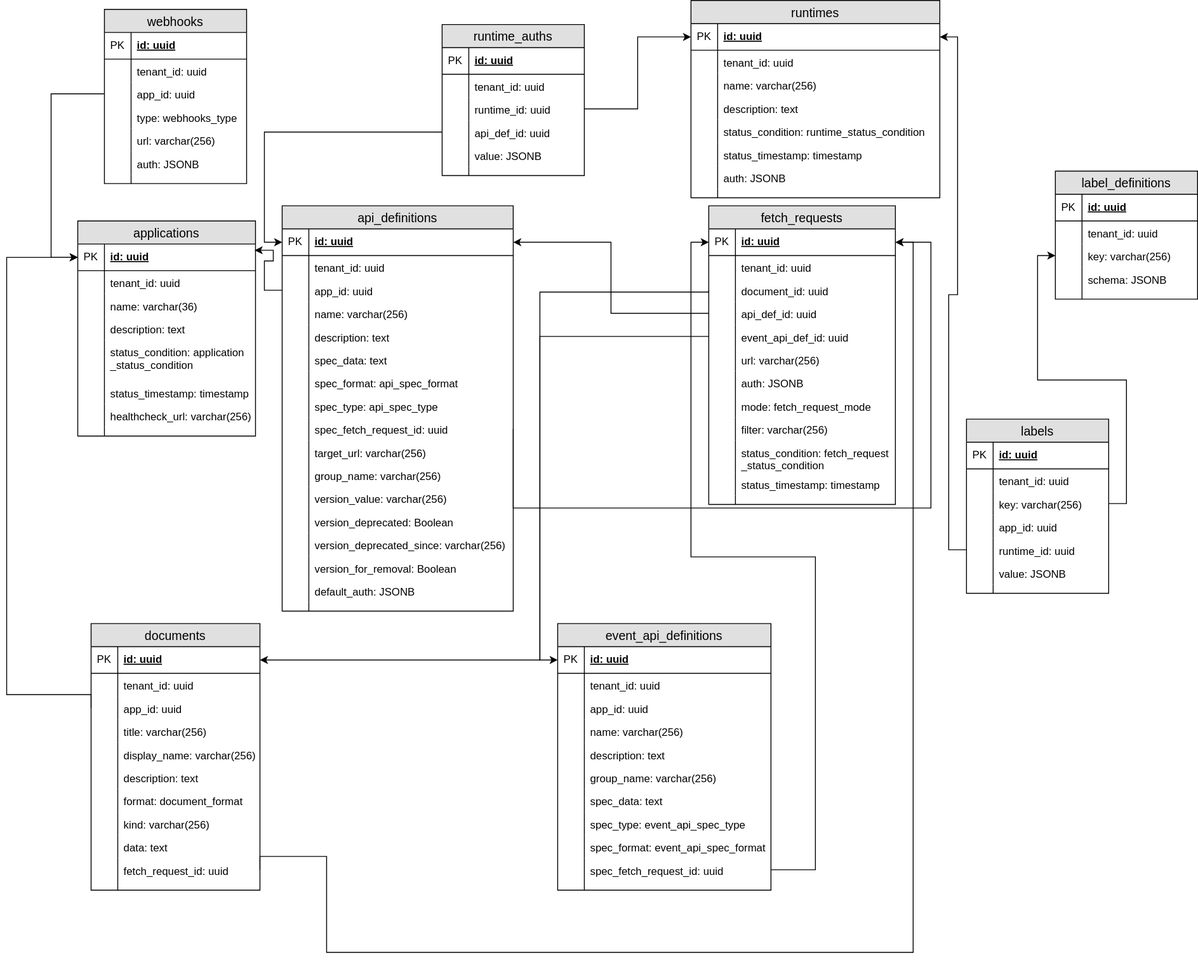
Before: docs/architecture/assets/entity_diagram.svg, a diagram exported from draw.io (kyma-incubator/compass). Source tidied: cells renumbered, new cells last; positions are measured from the earlier drawing's top-left corner, leaving out a move shared by most shapes.
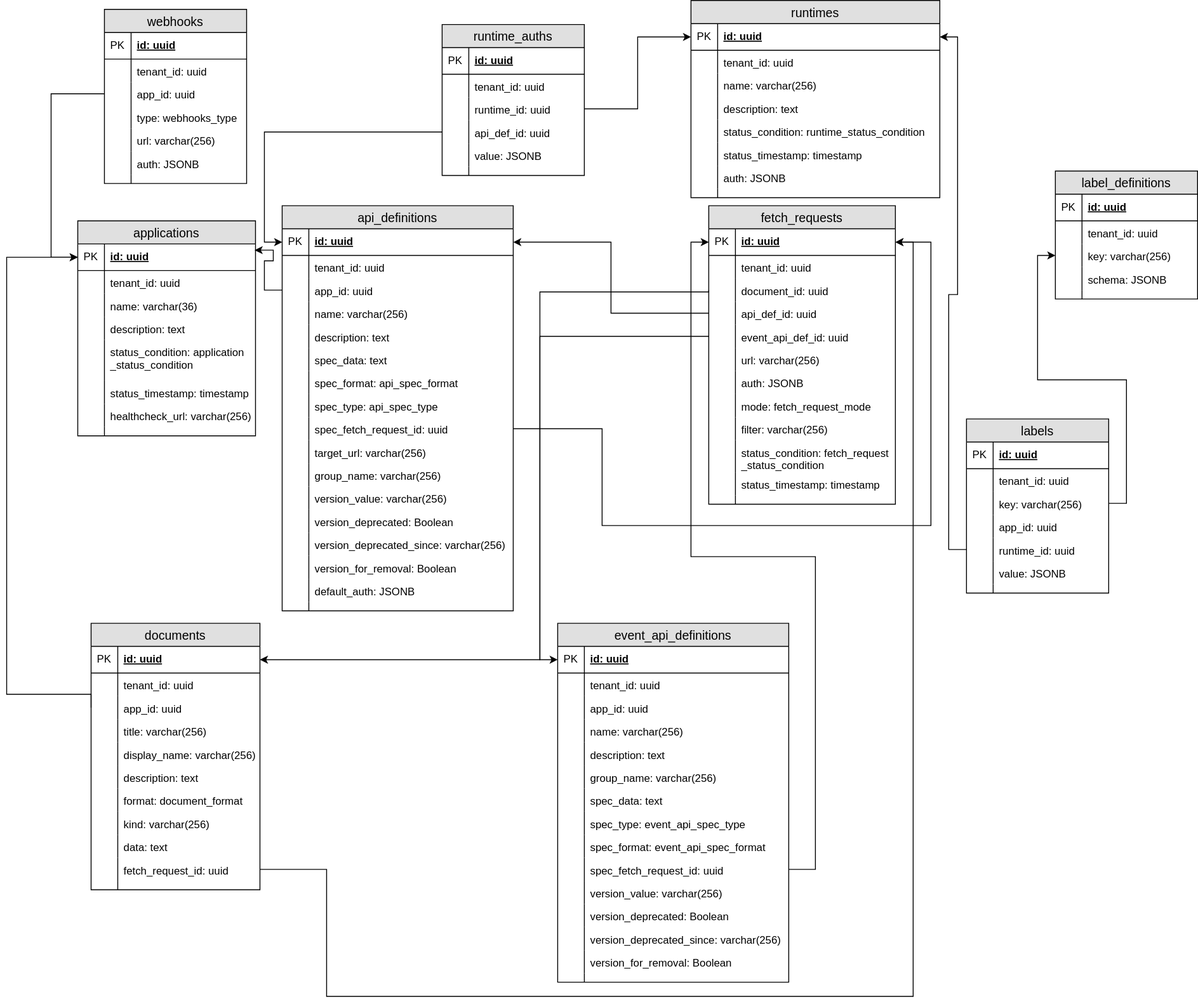
Above is the later version.

Commit message:
Create indexes and update diagram

Diff of the diagram source:
```diff
@@ -318,70 +318,94 @@
       <mxGeometry width="30" height="10" as="geometry" />
     </mxCell>
     <mxCell id="107" value="event_api_definitions" style="swimlane;fontStyle=0;horizontal=1;startSize=26;fillColor=#e0e0e0;swimlaneFillColor=#ffffff;align=center;fontSize=14;" parent="1" vertex="1">
-      <mxGeometry x="620" y="701" width="240" height="300" as="geometry" />
+      <mxGeometry x="620" y="701" width="260" height="404" as="geometry" />
     </mxCell>
     <mxCell id="108" value="id: uuid" style="shape=partialRectangle;top=0;left=0;right=0;bottom=1;align=left;verticalAlign=middle;fillColor=none;spacingLeft=34;spacingRight=4;overflow=hidden;points=[[0,0.5],[1,0.5]];portConstraint=eastwest;fontStyle=5;fontSize=12;" parent="107" vertex="1">
-      <mxGeometry y="26" width="240" height="30" as="geometry" />
+      <mxGeometry y="26" width="260" height="30" as="geometry" />
     </mxCell>
     <mxCell id="109" value="PK" style="shape=partialRectangle;top=0;left=0;bottom=0;fillColor=none;align=left;verticalAlign=middle;spacingLeft=4;spacingRight=4;overflow=hidden;fontSize=12;" parent="108" vertex="1">
       <mxGeometry width="30" height="30" as="geometry" />
     </mxCell>
     <mxCell id="110" value="tenant_id: uuid" style="shape=partialRectangle;top=0;left=0;right=0;bottom=0;align=left;verticalAlign=top;fillColor=none;spacingLeft=34;spacingRight=4;overflow=hidden;fontSize=12;" parent="107" vertex="1">
-      <mxGeometry y="56" width="240" height="26" as="geometry" />
+      <mxGeometry y="56" width="260" height="26" as="geometry" />
     </mxCell>
     <mxCell id="111" style="shape=partialRectangle;top=0;left=0;bottom=0;fillColor=none;align=left;verticalAlign=top;spacingLeft=4;spacingRight=4;overflow=hidden;fontSize=12;" parent="110" vertex="1">
       <mxGeometry width="30" height="26" as="geometry" />
     </mxCell>
     <mxCell id="112" value="app_id: uuid" style="shape=partialRectangle;top=0;left=0;right=0;bottom=0;align=left;verticalAlign=top;fillColor=none;spacingLeft=34;spacingRight=4;overflow=hidden;fontSize=12;" parent="107" vertex="1">
-      <mxGeometry y="82" width="240" height="26" as="geometry" />
+      <mxGeometry y="82" width="260" height="26" as="geometry" />
     </mxCell>
     <mxCell id="113" style="shape=partialRectangle;top=0;left=0;bottom=0;fillColor=none;align=left;verticalAlign=top;spacingLeft=4;spacingRight=4;overflow=hidden;fontSize=12;" parent="112" vertex="1">
       <mxGeometry width="30" height="26" as="geometry" />
     </mxCell>
     <mxCell id="114" value="name: varchar(256)" style="shape=partialRectangle;top=0;left=0;right=0;bottom=0;align=left;verticalAlign=top;fillColor=none;spacingLeft=34;spacingRight=4;overflow=hidden;fontSize=12;" parent="107" vertex="1">
-      <mxGeometry y="108" width="240" height="26" as="geometry" />
+      <mxGeometry y="108" width="260" height="26" as="geometry" />
     </mxCell>
     <mxCell id="115" style="shape=partialRectangle;top=0;left=0;bottom=0;fillColor=none;align=left;verticalAlign=top;spacingLeft=4;spacingRight=4;overflow=hidden;fontSize=12;" parent="114" vertex="1">
       <mxGeometry width="30" height="26" as="geometry" />
     </mxCell>
     <mxCell id="116" value="description: text" style="shape=partialRectangle;top=0;left=0;right=0;bottom=0;align=left;verticalAlign=top;fillColor=none;spacingLeft=34;spacingRight=4;overflow=hidden;fontSize=12;" parent="107" vertex="1">
-      <mxGeometry y="134" width="240" height="26" as="geometry" />
+      <mxGeometry y="134" width="260" height="26" as="geometry" />
     </mxCell>
     <mxCell id="117" style="shape=partialRectangle;top=0;left=0;bottom=0;fillColor=none;align=left;verticalAlign=top;spacingLeft=4;spacingRight=4;overflow=hidden;fontSize=12;" parent="116" vertex="1">
       <mxGeometry width="30" height="26" as="geometry" />
     </mxCell>
     <mxCell id="118" value="group_name: varchar(256)" style="shape=partialRectangle;top=0;left=0;right=0;bottom=0;align=left;verticalAlign=top;fillColor=none;spacingLeft=34;spacingRight=4;overflow=hidden;fontSize=12;" parent="107" vertex="1">
-      <mxGeometry y="160" width="240" height="26" as="geometry" />
+      <mxGeometry y="160" width="260" height="26" as="geometry" />
     </mxCell>
     <mxCell id="119" style="shape=partialRectangle;top=0;left=0;bottom=0;fillColor=none;align=left;verticalAlign=top;spacingLeft=4;spacingRight=4;overflow=hidden;fontSize=12;" parent="118" vertex="1">
       <mxGeometry width="30" height="26" as="geometry" />
     </mxCell>
     <mxCell id="120" value="spec_data: text" style="shape=partialRectangle;top=0;left=0;right=0;bottom=0;align=left;verticalAlign=top;fillColor=none;spacingLeft=34;spacingRight=4;overflow=hidden;fontSize=12;" parent="107" vertex="1">
-      <mxGeometry y="186" width="240" height="26" as="geometry" />
+      <mxGeometry y="186" width="260" height="26" as="geometry" />
     </mxCell>
     <mxCell id="121" style="shape=partialRectangle;top=0;left=0;bottom=0;fillColor=none;align=left;verticalAlign=top;spacingLeft=4;spacingRight=4;overflow=hidden;fontSize=12;" parent="120" vertex="1">
       <mxGeometry width="30" height="26" as="geometry" />
     </mxCell>
     <mxCell id="122" value="spec_type: event_api_spec_type" style="shape=partialRectangle;top=0;left=0;right=0;bottom=0;align=left;verticalAlign=top;fillColor=none;spacingLeft=34;spacingRight=4;overflow=hidden;fontSize=12;" parent="107" vertex="1">
-      <mxGeometry y="212" width="240" height="26" as="geometry" />
+      <mxGeometry y="212" width="260" height="26" as="geometry" />
     </mxCell>
     <mxCell id="123" style="shape=partialRectangle;top=0;left=0;bottom=0;fillColor=none;align=left;verticalAlign=top;spacingLeft=4;spacingRight=4;overflow=hidden;fontSize=12;" parent="122" vertex="1">
       <mxGeometry width="30" height="26" as="geometry" />
     </mxCell>
     <mxCell id="124" value="spec_format: event_api_spec_format" style="shape=partialRectangle;top=0;left=0;right=0;bottom=0;align=left;verticalAlign=top;fillColor=none;spacingLeft=34;spacingRight=4;overflow=hidden;fontSize=12;" parent="107" vertex="1">
-      <mxGeometry y="238" width="240" height="26" as="geometry" />
+      <mxGeometry y="238" width="260" height="26" as="geometry" />
     </mxCell>
     <mxCell id="125" style="shape=partialRectangle;top=0;left=0;bottom=0;fillColor=none;align=left;verticalAlign=top;spacingLeft=4;spacingRight=4;overflow=hidden;fontSize=12;" parent="124" vertex="1">
       <mxGeometry width="30" height="26" as="geometry" />
     </mxCell>
     <mxCell id="126" value="spec_fetch_request_id: uuid" style="shape=partialRectangle;top=0;left=0;right=0;bottom=0;align=left;verticalAlign=top;fillColor=none;spacingLeft=34;spacingRight=4;overflow=hidden;points=[[0,0.5],[1,0.5]];portConstraint=eastwest;fontSize=12;" parent="107" vertex="1">
-      <mxGeometry y="264" width="240" height="26" as="geometry" />
+      <mxGeometry y="264" width="260" height="26" as="geometry" />
     </mxCell>
     <mxCell id="127" style="shape=partialRectangle;top=0;left=0;bottom=0;fillColor=none;align=left;verticalAlign=top;spacingLeft=4;spacingRight=4;overflow=hidden;fontSize=12;" parent="126" vertex="1">
       <mxGeometry width="30" height="26" as="geometry" />
     </mxCell>
+    <mxCell id="209" value="version_value: varchar(256)" style="shape=partialRectangle;top=0;left=0;right=0;bottom=0;align=left;verticalAlign=top;fillColor=none;spacingLeft=34;spacingRight=4;overflow=hidden;fontSize=12;" parent="107" vertex="1">
+      <mxGeometry y="290" width="260" height="26" as="geometry" />
+    </mxCell>
+    <mxCell id="210" style="shape=partialRectangle;top=0;left=0;bottom=0;fillColor=none;align=left;verticalAlign=top;spacingLeft=4;spacingRight=4;overflow=hidden;fontSize=12;" parent="209" vertex="1">
+      <mxGeometry width="30" height="26" as="geometry" />
+    </mxCell>
+    <mxCell id="211" value="version_deprecated: Boolean" style="shape=partialRectangle;top=0;left=0;right=0;bottom=0;align=left;verticalAlign=top;fillColor=none;spacingLeft=34;spacingRight=4;overflow=hidden;fontSize=12;" parent="107" vertex="1">
+      <mxGeometry y="316" width="260" height="26" as="geometry" />
+    </mxCell>
+    <mxCell id="212" style="shape=partialRectangle;top=0;left=0;bottom=0;fillColor=none;align=left;verticalAlign=top;spacingLeft=4;spacingRight=4;overflow=hidden;fontSize=12;" parent="211" vertex="1">
+      <mxGeometry width="30" height="26" as="geometry" />
+    </mxCell>
+    <mxCell id="213" value="version_deprecated_since: varchar(256)" style="shape=partialRectangle;top=0;left=0;right=0;bottom=0;align=left;verticalAlign=top;fillColor=none;spacingLeft=34;spacingRight=4;overflow=hidden;fontSize=12;" parent="107" vertex="1">
+      <mxGeometry y="342" width="260" height="26" as="geometry" />
+    </mxCell>
+    <mxCell id="214" style="shape=partialRectangle;top=0;left=0;bottom=0;fillColor=none;align=left;verticalAlign=top;spacingLeft=4;spacingRight=4;overflow=hidden;fontSize=12;" parent="213" vertex="1">
+      <mxGeometry width="30" height="26" as="geometry" />
+    </mxCell>
+    <mxCell id="215" value="version_for_removal: Boolean" style="shape=partialRectangle;top=0;left=0;right=0;bottom=0;align=left;verticalAlign=top;fillColor=none;spacingLeft=34;spacingRight=4;overflow=hidden;fontSize=12;" parent="107" vertex="1">
+      <mxGeometry y="368" width="260" height="26" as="geometry" />
+    </mxCell>
+    <mxCell id="216" style="shape=partialRectangle;top=0;left=0;bottom=0;fillColor=none;align=left;verticalAlign=top;spacingLeft=4;spacingRight=4;overflow=hidden;fontSize=12;" parent="215" vertex="1">
+      <mxGeometry width="30" height="26" as="geometry" />
+    </mxCell>
     <mxCell id="128" style="shape=partialRectangle;top=0;left=0;right=0;bottom=0;align=left;verticalAlign=top;fillColor=none;spacingLeft=34;spacingRight=4;overflow=hidden;fontSize=12;" parent="107" vertex="1">
-      <mxGeometry y="290" width="240" height="10" as="geometry" />
+      <mxGeometry y="394" width="260" height="10" as="geometry" />
     </mxCell>
     <mxCell id="129" style="shape=partialRectangle;top=0;left=0;bottom=0;fillColor=none;align=left;verticalAlign=top;spacingLeft=4;spacingRight=4;overflow=hidden;fontSize=12;" parent="128" vertex="1">
       <mxGeometry width="30" height="10" as="geometry" />
@@ -497,10 +521,9 @@
     <mxCell id="160" style="edgeStyle=orthogonalEdgeStyle;rounded=0;jettySize=auto;html=1;exitX=1;exitY=0.5;exitDx=0;exitDy=0;entryX=1;entryY=0.5;entryDx=0;entryDy=0;" parent="1" edge="1" source="149" target="48">
       <mxGeometry relative="1" as="geometry">
         <Array as="points">
-          <mxPoint x="285" y="963" />
-          <mxPoint x="360" y="963" />
-          <mxPoint x="360" y="1071" />
-          <mxPoint x="1020" y="1071" />
+          <mxPoint x="360" y="978" />
+          <mxPoint x="360" y="1121" />
+          <mxPoint x="1020" y="1121" />
           <mxPoint x="1020" y="272" />
         </Array>
       </mxGeometry>
@@ -508,8 +531,9 @@
     <mxCell id="161" style="edgeStyle=orthogonalEdgeStyle;rounded=0;jettySize=auto;html=1;exitX=1;exitY=0.5;exitDx=0;exitDy=0;entryX=1;entryY=0.5;entryDx=0;entryDy=0;" parent="1" edge="1" source="89" target="48">
       <mxGeometry relative="1" as="geometry">
         <Array as="points">
-          <mxPoint x="570" y="571" />
-          <mxPoint x="1040" y="571" />
+          <mxPoint x="670" y="482" />
+          <mxPoint x="670" y="591" />
+          <mxPoint x="1040" y="591" />
           <mxPoint x="1040" y="272" />
         </Array>
       </mxGeometry>
```
